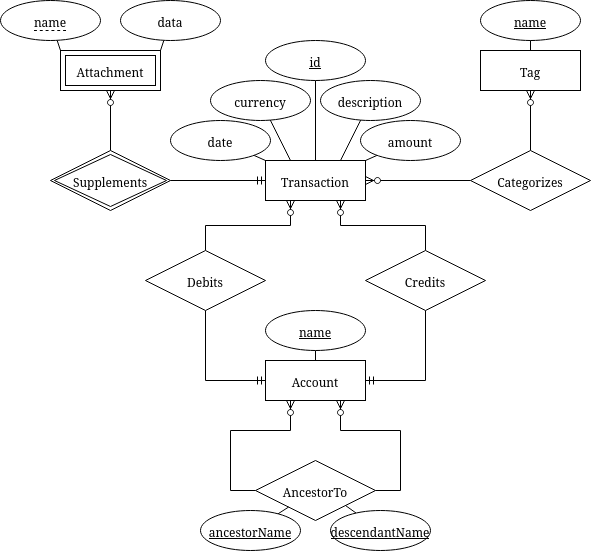
almgru/reledger-docs keeps this draw.io diagram as diagrams/entity-relationship.png. Above is the earlier version. Source tidied: cells renumbered, new cells last; positions are measured from the earlier drawing's top-left corner, leaving out a move shared by most shapes.
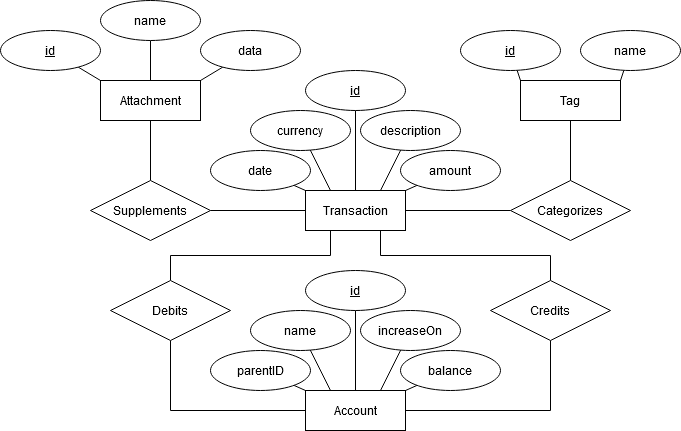
After the change.

Diff of the diagram source:
```diff
@@ -2,147 +2,175 @@
   <root>
     <mxCell id="0" />
     <mxCell id="1" parent="0" />
-    <mxCell id="2" style="edgeStyle=orthogonalEdgeStyle;rounded=0;jettySize=auto;html=1;entryX=0.5;entryY=0;entryDx=0;entryDy=0;startArrow=ERzeroToMany;startFill=1;endArrow=none;endFill=0;exitX=0.25;exitY=1;exitDx=0;exitDy=0;" parent="1" edge="1" source="5" target="14">
+    <mxCell id="2" style="edgeStyle=orthogonalEdgeStyle;rounded=0;jettySize=auto;html=1;entryX=0.5;entryY=0;entryDx=0;entryDy=0;startArrow=ERzeroToMany;startFill=1;endArrow=none;endFill=0;exitX=0.25;exitY=1;exitDx=0;exitDy=0;" parent="1" edge="1" source="5" target="10">
       <mxGeometry relative="1" as="geometry" />
     </mxCell>
-    <mxCell id="3" style="edgeStyle=orthogonalEdgeStyle;rounded=0;jettySize=auto;html=1;entryX=0.5;entryY=0;entryDx=0;entryDy=0;startArrow=ERzeroToMany;startFill=1;endArrow=none;endFill=0;exitX=0.75;exitY=1;exitDx=0;exitDy=0;" parent="1" edge="1" source="5" target="16">
+    <mxCell id="3" style="edgeStyle=orthogonalEdgeStyle;rounded=0;jettySize=auto;html=1;entryX=0.5;entryY=0;entryDx=0;entryDy=0;startArrow=ERzeroToMany;startFill=1;endArrow=none;endFill=0;exitX=0.75;exitY=1;exitDx=0;exitDy=0;" parent="1" edge="1" source="5" target="12">
       <mxGeometry relative="1" as="geometry" />
     </mxCell>
-    <mxCell id="4" style="edgeStyle=orthogonalEdgeStyle;rounded=0;jettySize=auto;html=1;endArrow=none;endFill=0;startArrow=ERzeroToMany;startFill=1;" parent="1" edge="1" source="5" target="42">
+    <mxCell id="4" style="edgeStyle=orthogonalEdgeStyle;rounded=0;jettySize=auto;html=1;endArrow=none;endFill=0;startArrow=ERzeroToMany;startFill=1;" parent="1" edge="1" source="5" target="30">
       <mxGeometry relative="1" as="geometry" />
     </mxCell>
     <mxCell id="5" value="Transaction" style="whiteSpace=wrap;html=1;align=center;" parent="1" vertex="1">
       <mxGeometry x="265" y="160" width="100" height="40" as="geometry" />
     </mxCell>
-    <mxCell id="6" style="edgeStyle=orthogonalEdgeStyle;rounded=0;jettySize=auto;html=1;entryX=0;entryY=0.5;entryDx=0;entryDy=0;startArrow=ERzeroToMany;startFill=1;endArrow=none;endFill=0;exitX=0.25;exitY=1;exitDx=0;exitDy=0;" parent="1" edge="1" source="8" target="17">
-      <mxGeometry relative="1" as="geometry">
-        <Array as="points">
-          <mxPoint x="290" y="430" />
-          <mxPoint x="230" y="430" />
-          <mxPoint x="230" y="490" />
-        </Array>
-      </mxGeometry>
+    <mxCell id="6" value="Account" style="whiteSpace=wrap;html=1;align=center;" parent="1" vertex="1">
+      <mxGeometry x="265" y="360" width="100" height="40" as="geometry" />
     </mxCell>
-    <mxCell id="7" style="edgeStyle=orthogonalEdgeStyle;rounded=0;jettySize=auto;html=1;entryX=1;entryY=0.5;entryDx=0;entryDy=0;startArrow=ERzeroToMany;startFill=1;endArrow=none;endFill=0;exitX=0.75;exitY=1;exitDx=0;exitDy=0;" parent="1" edge="1" source="8" target="17">
+    <mxCell id="7" style="edgeStyle=orthogonalEdgeStyle;rounded=0;orthogonalLoop=1;jettySize=auto;html=1;entryX=0.5;entryY=0;entryDx=0;entryDy=0;startArrow=ERzeroToMany;startFill=1;endArrow=none;endFill=0;" parent="1" edge="1">
       <mxGeometry relative="1" as="geometry">
-        <Array as="points">
-          <mxPoint x="340" y="430" />
-          <mxPoint x="400" y="430" />
-          <mxPoint x="400" y="490" />
-        </Array>
+        <mxPoint x="110" y="90" as="sourcePoint" />
+        <mxPoint x="110" y="150" as="targetPoint" />
       </mxGeometry>
     </mxCell>
-    <mxCell id="8" value="Account" style="whiteSpace=wrap;html=1;align=center;" parent="1" vertex="1">
-      <mxGeometry x="265" y="360" width="100" height="40" as="geometry" />
+    <mxCell id="8" style="edgeStyle=orthogonalEdgeStyle;rounded=0;jettySize=auto;html=1;entryX=0;entryY=0.5;entryDx=0;entryDy=0;startArrow=none;startFill=0;endArrow=ERmandOne;endFill=0;exitX=1;exitY=0.5;exitDx=0;exitDy=0;" parent="1" edge="1" target="5">
+      <mxGeometry relative="1" as="geometry">
+        <mxPoint x="170" y="180" as="sourcePoint" />
+        <Array as="points">
+          <mxPoint x="170" y="180" />
+        </Array>
+      </mxGeometry>
     </mxCell>
-    <mxCell id="9" style="edgeStyle=orthogonalEdgeStyle;rounded=0;jettySize=auto;html=1;entryX=0.5;entryY=0;entryDx=0;entryDy=0;startArrow=ERzeroToMany;startFill=1;endArrow=none;endFill=0;" parent="1" edge="1" source="10" target="12">
+    <mxCell id="9" style="edgeStyle=orthogonalEdgeStyle;rounded=0;jettySize=auto;html=1;entryX=0;entryY=0.5;entryDx=0;entryDy=0;endArrow=none;endFill=0;exitX=0.5;exitY=1;exitDx=0;exitDy=0;" parent="1" edge="1" source="10" target="6">
       <mxGeometry relative="1" as="geometry" />
     </mxCell>
-    <mxCell id="10" value="Attachment" style="shape=ext;margin=3;double=1;whiteSpace=wrap;html=1;align=center;" parent="1" vertex="1">
-      <mxGeometry x="60" y="50" width="100" height="40" as="geometry" />
+    <mxCell id="10" value="Debits" style="shape=rhombus;perimeter=rhombusPerimeter;whiteSpace=wrap;html=1;align=center;" parent="1" vertex="1">
+      <mxGeometry x="70" y="250" width="120" height="60" as="geometry" />
     </mxCell>
-    <mxCell id="11" style="edgeStyle=orthogonalEdgeStyle;rounded=0;jettySize=auto;html=1;entryX=0;entryY=0.5;entryDx=0;entryDy=0;startArrow=none;startFill=0;endArrow=ERmandOne;endFill=0;exitX=1;exitY=0.5;exitDx=0;exitDy=0;" parent="1" edge="1" source="12" target="5">
-      <mxGeometry relative="1" as="geometry">
-        <Array as="points">
-          <mxPoint x="170" y="180" />
-        </Array>
-      </mxGeometry>
+    <mxCell id="11" style="edgeStyle=orthogonalEdgeStyle;rounded=0;jettySize=auto;html=1;entryX=1;entryY=0.5;entryDx=0;entryDy=0;endArrow=none;endFill=0;exitX=0.5;exitY=1;exitDx=0;exitDy=0;" parent="1" edge="1" source="12" target="6">
+      <mxGeometry relative="1" as="geometry" />
     </mxCell>
-    <mxCell id="12" value="Supplements" style="shape=rhombus;double=1;perimeter=rhombusPerimeter;whiteSpace=wrap;html=1;align=center;" parent="1" vertex="1">
-      <mxGeometry x="50" y="150" width="120" height="60" as="geometry" />
+    <mxCell id="12" value="Credits" style="shape=rhombus;perimeter=rhombusPerimeter;whiteSpace=wrap;html=1;align=center;" parent="1" vertex="1">
+      <mxGeometry x="450" y="250" width="120" height="60" as="geometry" />
     </mxCell>
-    <mxCell id="13" style="edgeStyle=orthogonalEdgeStyle;rounded=0;jettySize=auto;html=1;entryX=0;entryY=0.5;entryDx=0;entryDy=0;startArrow=none;startFill=0;endArrow=ERmandOne;endFill=0;" parent="1" edge="1" source="14" target="8">
+    <mxCell id="13" style="edgeStyle=none;rounded=0;jettySize=auto;html=1;entryX=1;entryY=0;entryDx=0;entryDy=0;startArrow=none;startFill=0;endArrow=none;endFill=0;" parent="1" edge="1" source="14" target="5">
       <mxGeometry relative="1" as="geometry" />
     </mxCell>
-    <mxCell id="14" value="Debits" style="shape=rhombus;perimeter=rhombusPerimeter;whiteSpace=wrap;html=1;align=center;" parent="1" vertex="1">
-      <mxGeometry x="145" y="250" width="120" height="60" as="geometry" />
+    <mxCell id="14" value="amount" style="ellipse;whiteSpace=wrap;html=1;align=center;" parent="1" vertex="1">
+      <mxGeometry x="360" y="120" width="100" height="40" as="geometry" />
     </mxCell>
-    <mxCell id="15" style="edgeStyle=orthogonalEdgeStyle;rounded=0;jettySize=auto;html=1;entryX=1;entryY=0.5;entryDx=0;entryDy=0;startArrow=none;startFill=0;endArrow=ERmandOne;endFill=0;" parent="1" edge="1" source="16" target="8">
+    <mxCell id="15" style="edgeStyle=none;rounded=0;jettySize=auto;html=1;entryX=0.25;entryY=0;entryDx=0;entryDy=0;startArrow=none;startFill=0;endArrow=none;endFill=0;" parent="1" edge="1" source="16" target="5">
       <mxGeometry relative="1" as="geometry" />
     </mxCell>
-    <mxCell id="16" value="Credits" style="shape=rhombus;perimeter=rhombusPerimeter;whiteSpace=wrap;html=1;align=center;" parent="1" vertex="1">
-      <mxGeometry x="365" y="250" width="120" height="60" as="geometry" />
+    <mxCell id="16" value="currency" style="ellipse;whiteSpace=wrap;html=1;align=center;" parent="1" vertex="1">
+      <mxGeometry x="210" y="80" width="100" height="40" as="geometry" />
     </mxCell>
-    <mxCell id="17" value="AncestorTo" style="shape=rhombus;perimeter=rhombusPerimeter;whiteSpace=wrap;html=1;align=center;" parent="1" vertex="1">
-      <mxGeometry x="255" y="460" width="120" height="60" as="geometry" />
+    <mxCell id="17" style="rounded=0;jettySize=auto;html=1;entryX=0;entryY=0;entryDx=0;entryDy=0;startArrow=none;startFill=0;endArrow=none;endFill=0;" parent="1" edge="1" source="18" target="5">
+      <mxGeometry relative="1" as="geometry" />
     </mxCell>
-    <mxCell id="18" style="edgeStyle=none;rounded=0;jettySize=auto;html=1;entryX=1;entryY=0;entryDx=0;entryDy=0;startArrow=none;startFill=0;endArrow=none;endFill=0;" parent="1" edge="1" source="19" target="5">
-      <mxGeometry relative="1" as="geometry" />
+    <mxCell id="18" value="date" style="ellipse;whiteSpace=wrap;html=1;align=center;" parent="1" vertex="1">
+      <mxGeometry x="170" y="120" width="100" height="40" as="geometry" />
     </mxCell>
-    <mxCell id="19" value="amount" style="ellipse;whiteSpace=wrap;html=1;align=center;" parent="1" vertex="1">
-      <mxGeometry x="360" y="120" width="100" height="40" as="geometry" />
+    <mxCell id="19" style="edgeStyle=none;rounded=0;jettySize=auto;html=1;entryX=0.75;entryY=0;entryDx=0;entryDy=0;startArrow=none;startFill=0;endArrow=none;endFill=0;" parent="1" edge="1" source="20" target="5">
+      <mxGeometry relative="1" as="geometry" />
     </mxCell>
-    <mxCell id="20" style="edgeStyle=none;rounded=0;jettySize=auto;html=1;entryX=0.25;entryY=0;entryDx=0;entryDy=0;startArrow=none;startFill=0;endArrow=none;endFill=0;" parent="1" edge="1" source="21" target="5">
-      <mxGeometry relative="1" as="geometry" />
+    <mxCell id="20" value="description" style="ellipse;whiteSpace=wrap;html=1;align=center;" parent="1" vertex="1">
+      <mxGeometry x="320" y="80" width="100" height="40" as="geometry" />
     </mxCell>
-    <mxCell id="21" value="currency" style="ellipse;whiteSpace=wrap;html=1;align=center;" parent="1" vertex="1">
-      <mxGeometry x="210" y="80" width="100" height="40" as="geometry" />
+    <mxCell id="21" style="edgeStyle=none;rounded=0;jettySize=auto;html=1;entryX=0;entryY=0;entryDx=0;entryDy=0;startArrow=none;startFill=0;endArrow=none;endFill=0;" parent="1" edge="1" source="22">
+      <mxGeometry relative="1" as="geometry">
+        <mxPoint x="60" y="50" as="targetPoint" />
+      </mxGeometry>
     </mxCell>
-    <mxCell id="22" style="rounded=0;jettySize=auto;html=1;entryX=0;entryY=0;entryDx=0;entryDy=0;startArrow=none;startFill=0;endArrow=none;endFill=0;" parent="1" edge="1" source="23" target="5">
-      <mxGeometry relative="1" as="geometry" />
+    <mxCell id="22" value="&lt;u&gt;id&lt;/u&gt;" style="ellipse;whiteSpace=wrap;html=1;align=center;" parent="1" vertex="1">
+      <mxGeometry x="-40" width="100" height="40" as="geometry" />
     </mxCell>
-    <mxCell id="23" value="date" style="ellipse;whiteSpace=wrap;html=1;align=center;" parent="1" vertex="1">
-      <mxGeometry x="170" y="120" width="100" height="40" as="geometry" />
+    <mxCell id="23" style="edgeStyle=none;rounded=0;jettySize=auto;html=1;entryX=1;entryY=0;entryDx=0;entryDy=0;startArrow=none;startFill=0;endArrow=none;endFill=0;" parent="1" edge="1" source="24">
+      <mxGeometry relative="1" as="geometry">
+        <mxPoint x="160" y="50" as="targetPoint" />
+      </mxGeometry>
     </mxCell>
-    <mxCell id="24" style="edgeStyle=none;rounded=0;jettySize=auto;html=1;entryX=0.75;entryY=0;entryDx=0;entryDy=0;startArrow=none;startFill=0;endArrow=none;endFill=0;" parent="1" edge="1" source="25" target="5">
-      <mxGeometry relative="1" as="geometry" />
+    <mxCell id="24" value="data" style="ellipse;whiteSpace=wrap;html=1;align=center;" parent="1" vertex="1">
+      <mxGeometry x="160" width="100" height="40" as="geometry" />
     </mxCell>
-    <mxCell id="25" value="description" style="ellipse;whiteSpace=wrap;html=1;align=center;" parent="1" vertex="1">
-      <mxGeometry x="320" y="80" width="100" height="40" as="geometry" />
+    <mxCell id="25" style="edgeStyle=none;rounded=0;orthogonalLoop=1;jettySize=auto;html=1;exitX=0.5;exitY=0;exitDx=0;exitDy=0;startArrow=none;startFill=0;endArrow=none;endFill=0;" parent="1" edge="1" source="24" target="24">
+      <mxGeometry relative="1" as="geometry" />
     </mxCell>
-    <mxCell id="26" style="edgeStyle=none;rounded=0;jettySize=auto;html=1;startArrow=none;startFill=0;endArrow=none;endFill=0;entryX=0.5;entryY=0;entryDx=0;entryDy=0;" parent="1" edge="1" source="27" target="8">
+    <mxCell id="26" style="edgeStyle=none;rounded=0;jettySize=auto;html=1;startArrow=none;startFill=0;endArrow=none;endFill=0;" parent="1" edge="1" source="27" target="5">
       <mxGeometry relative="1" as="geometry" />
     </mxCell>
-    <mxCell id="27" value="name" style="ellipse;whiteSpace=wrap;html=1;align=center;fontStyle=4;" parent="1" vertex="1">
-      <mxGeometry x="265" y="310" width="100" height="40" as="geometry" />
+    <mxCell id="27" value="id" style="ellipse;whiteSpace=wrap;html=1;align=center;fontStyle=4;" parent="1" vertex="1">
+      <mxGeometry x="265" y="40" width="100" height="40" as="geometry" />
     </mxCell>
-    <mxCell id="28" style="edgeStyle=none;rounded=0;jettySize=auto;html=1;entryX=0;entryY=0;entryDx=0;entryDy=0;startArrow=none;startFill=0;endArrow=none;endFill=0;" parent="1" edge="1" source="29" target="10">
-      <mxGeometry relative="1" as="geometry" />
+    <mxCell id="28" value="Tag" style="whiteSpace=wrap;html=1;align=center;" parent="1" vertex="1">
+      <mxGeometry x="480" y="50" width="100" height="40" as="geometry" />
     </mxCell>
-    <mxCell id="29" value="&lt;div style=&quot;border-bottom: 1px dashed black&quot;&gt;name&lt;/div&gt;" style="ellipse;whiteSpace=wrap;html=1;align=center;" parent="1" vertex="1">
-      <mxGeometry width="100" height="40" as="geometry" />
+    <mxCell id="29" style="edgeStyle=orthogonalEdgeStyle;rounded=0;jettySize=auto;html=1;entryX=0.5;entryY=1;entryDx=0;entryDy=0;endArrow=ERzeroToMany;endFill=1;" parent="1" edge="1" source="30" target="28">
+      <mxGeometry relative="1" as="geometry" />
     </mxCell>
-    <mxCell id="30" style="edgeStyle=none;rounded=0;jettySize=auto;html=1;entryX=1;entryY=0;entryDx=0;entryDy=0;startArrow=none;startFill=0;endArrow=none;endFill=0;" parent="1" edge="1" source="31" target="10">
-      <mxGeometry relative="1" as="geometry" />
+    <mxCell id="30" value="Categorizes" style="shape=rhombus;perimeter=rhombusPerimeter;whiteSpace=wrap;html=1;align=center;" parent="1" vertex="1">
+      <mxGeometry x="470" y="150" width="120" height="60" as="geometry" />
     </mxCell>
-    <mxCell id="31" value="data" style="ellipse;whiteSpace=wrap;html=1;align=center;" parent="1" vertex="1">
-      <mxGeometry x="120" width="100" height="40" as="geometry" />
+    <mxCell id="31" style="edgeStyle=none;rounded=0;jettySize=auto;html=1;entryX=1;entryY=0;entryDx=0;entryDy=0;startArrow=none;startFill=0;endArrow=none;endFill=0;" parent="1" edge="1" source="32">
+      <mxGeometry relative="1" as="geometry">
+        <mxPoint x="365" y="360" as="targetPoint" />
+      </mxGeometry>
     </mxCell>
-    <mxCell id="32" style="edgeStyle=none;rounded=0;orthogonalLoop=1;jettySize=auto;html=1;exitX=0.5;exitY=0;exitDx=0;exitDy=0;startArrow=none;startFill=0;endArrow=none;endFill=0;" parent="1" edge="1" source="31" target="31">
-      <mxGeometry relative="1" as="geometry" />
+    <mxCell id="32" value="balance" style="ellipse;whiteSpace=wrap;html=1;align=center;" parent="1" vertex="1">
+      <mxGeometry x="360" y="320" width="100" height="40" as="geometry" />
     </mxCell>
-    <mxCell id="33" style="edgeStyle=none;rounded=0;jettySize=auto;html=1;startArrow=none;startFill=0;endArrow=none;endFill=0;" parent="1" edge="1" source="34" target="5">
-      <mxGeometry relative="1" as="geometry" />
+    <mxCell id="33" style="edgeStyle=none;rounded=0;jettySize=auto;html=1;entryX=0.25;entryY=0;entryDx=0;entryDy=0;startArrow=none;startFill=0;endArrow=none;endFill=0;" parent="1" edge="1" source="34">
+      <mxGeometry relative="1" as="geometry">
+        <mxPoint x="290" y="360" as="targetPoint" />
+      </mxGeometry>
     </mxCell>
-    <mxCell id="34" value="id" style="ellipse;whiteSpace=wrap;html=1;align=center;fontStyle=4;" parent="1" vertex="1">
-      <mxGeometry x="265" y="40" width="100" height="40" as="geometry" />
+    <mxCell id="34" value="name" style="ellipse;whiteSpace=wrap;html=1;align=center;" parent="1" vertex="1">
+      <mxGeometry x="210" y="280" width="100" height="40" as="geometry" />
     </mxCell>
-    <mxCell id="35" style="rounded=0;jettySize=auto;html=1;endArrow=none;endFill=0;" parent="1" edge="1" source="36" target="17">
-      <mxGeometry relative="1" as="geometry" />
+    <mxCell id="35" style="rounded=0;jettySize=auto;html=1;entryX=0;entryY=0;entryDx=0;entryDy=0;startArrow=none;startFill=0;endArrow=none;endFill=0;" parent="1" edge="1" source="36">
+      <mxGeometry relative="1" as="geometry">
+        <mxPoint x="265" y="360" as="targetPoint" />
+      </mxGeometry>
     </mxCell>
-    <mxCell id="36" value="ancestorName" style="ellipse;whiteSpace=wrap;html=1;align=center;fontStyle=4;" parent="1" vertex="1">
-      <mxGeometry x="200" y="510" width="100" height="40" as="geometry" />
+    <mxCell id="36" value="parentID" style="ellipse;whiteSpace=wrap;html=1;align=center;" parent="1" vertex="1">
+      <mxGeometry x="170" y="320" width="100" height="40" as="geometry" />
     </mxCell>
-    <mxCell id="37" style="edgeStyle=none;rounded=0;jettySize=auto;html=1;entryX=1;entryY=1;entryDx=0;entryDy=0;endArrow=none;endFill=0;" parent="1" edge="1" source="38" target="17">
-      <mxGeometry relative="1" as="geometry" />
+    <mxCell id="37" style="edgeStyle=none;rounded=0;jettySize=auto;html=1;entryX=0.75;entryY=0;entryDx=0;entryDy=0;startArrow=none;startFill=0;endArrow=none;endFill=0;" parent="1" edge="1" source="38">
+      <mxGeometry relative="1" as="geometry">
+        <mxPoint x="340" y="360" as="targetPoint" />
+      </mxGeometry>
     </mxCell>
-    <mxCell id="38" value="descendantName" style="ellipse;whiteSpace=wrap;html=1;align=center;fontStyle=4;" parent="1" vertex="1">
-      <mxGeometry x="330" y="510" width="100" height="40" as="geometry" />
+    <mxCell id="38" value="increaseOn" style="ellipse;whiteSpace=wrap;html=1;align=center;" parent="1" vertex="1">
+      <mxGeometry x="320" y="280" width="100" height="40" as="geometry" />
     </mxCell>
-    <mxCell id="39" style="edgeStyle=orthogonalEdgeStyle;rounded=0;jettySize=auto;html=1;endArrow=none;endFill=0;" parent="1" edge="1" source="40" target="43">
-      <mxGeometry relative="1" as="geometry" />
+    <mxCell id="39" style="edgeStyle=none;rounded=0;jettySize=auto;html=1;startArrow=none;startFill=0;endArrow=none;endFill=0;" parent="1" edge="1" source="40">
+      <mxGeometry relative="1" as="geometry">
+        <mxPoint x="315" y="360" as="targetPoint" />
+      </mxGeometry>
     </mxCell>
-    <mxCell id="40" value="Tag" style="whiteSpace=wrap;html=1;align=center;" parent="1" vertex="1">
-      <mxGeometry x="480" y="50" width="100" height="40" as="geometry" />
+    <mxCell id="40" value="id" style="ellipse;whiteSpace=wrap;html=1;align=center;fontStyle=4;" parent="1" vertex="1">
+      <mxGeometry x="265" y="240" width="100" height="40" as="geometry" />
     </mxCell>
-    <mxCell id="41" style="edgeStyle=orthogonalEdgeStyle;rounded=0;jettySize=auto;html=1;entryX=0.5;entryY=1;entryDx=0;entryDy=0;endArrow=ERzeroToMany;endFill=1;" parent="1" edge="1" source="42" target="40">
-      <mxGeometry relative="1" as="geometry" />
+    <mxCell id="41" style="edgeStyle=none;rounded=0;jettySize=auto;html=1;entryX=0;entryY=0;entryDx=0;entryDy=0;startArrow=none;startFill=0;endArrow=none;endFill=0;" parent="1" edge="1" source="42">
+      <mxGeometry relative="1" as="geometry">
+        <mxPoint x="480" y="50" as="targetPoint" />
+      </mxGeometry>
     </mxCell>
-    <mxCell id="42" value="Categorizes" style="shape=rhombus;perimeter=rhombusPerimeter;whiteSpace=wrap;html=1;align=center;" parent="1" vertex="1">
-      <mxGeometry x="470" y="150" width="120" height="60" as="geometry" />
+    <mxCell id="42" value="&lt;u&gt;id&lt;/u&gt;" style="ellipse;whiteSpace=wrap;html=1;align=center;" parent="1" vertex="1">
+      <mxGeometry x="420" width="100" height="40" as="geometry" />
     </mxCell>
-    <mxCell id="43" value="name" style="ellipse;whiteSpace=wrap;html=1;align=center;fontStyle=4;" parent="1" vertex="1">
-      <mxGeometry x="480" width="100" height="40" as="geometry" />
+    <mxCell id="43" style="edgeStyle=none;rounded=0;jettySize=auto;html=1;entryX=1;entryY=0;entryDx=0;entryDy=0;startArrow=none;startFill=0;endArrow=none;endFill=0;" parent="1" edge="1" source="44">
+      <mxGeometry relative="1" as="geometry">
+        <mxPoint x="580" y="50" as="targetPoint" />
+      </mxGeometry>
     </mxCell>
+    <mxCell id="44" value="name" style="ellipse;whiteSpace=wrap;html=1;align=center;" parent="1" vertex="1">
+      <mxGeometry x="540" width="100" height="40" as="geometry" />
+    </mxCell>
+    <mxCell id="45" style="edgeStyle=none;rounded=0;orthogonalLoop=1;jettySize=auto;html=1;exitX=0.5;exitY=0;exitDx=0;exitDy=0;startArrow=none;startFill=0;endArrow=none;endFill=0;" parent="1" edge="1" source="44" target="44">
+      <mxGeometry relative="1" as="geometry" />
+    </mxCell>
+    <mxCell id="46" value="Supplements" style="shape=rhombus;perimeter=rhombusPerimeter;whiteSpace=wrap;html=1;align=center;" parent="1" vertex="1">
+      <mxGeometry x="50" y="150" width="120" height="60" as="geometry" />
+    </mxCell>
+    <mxCell id="47" value="Attachment" style="whiteSpace=wrap;html=1;align=center;" parent="1" vertex="1">
+      <mxGeometry x="60" y="50" width="100" height="40" as="geometry" />
+    </mxCell>
+    <mxCell id="48" style="edgeStyle=orthogonalEdgeStyle;rounded=0;jettySize=auto;html=1;endArrow=none;endFill=0;" parent="1" edge="1" source="49" target="47">
+      <mxGeometry relative="1" as="geometry" />
+    </mxCell>
+    <mxCell id="49" value="name" style="ellipse;whiteSpace=wrap;html=1;align=center;" parent="1" vertex="1">
+      <mxGeometry x="60" y="-30" width="100" height="40" as="geometry" />
+    </mxCell>
   </root>
 </mxGraphModel>
```
